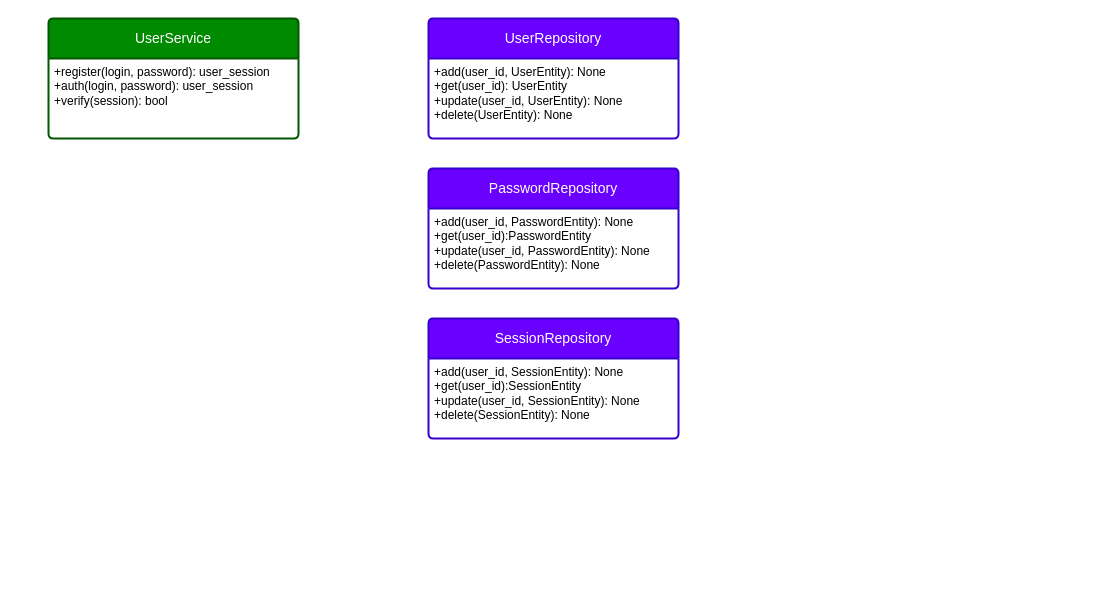
This is src/fullstack-fast-api/docs/interfaces.drawio from TimurRahimov/Kate-Connect, a draw.io file, before an edit. Source tidied: cells renumbered, new cells numbered last; positions are measured from the earlier drawing's top-left corner, leaving out a move shared by most shapes. Both pictures are drawn from the tidied source at 100%, with x=0, y=0 at pixel (48, 18).
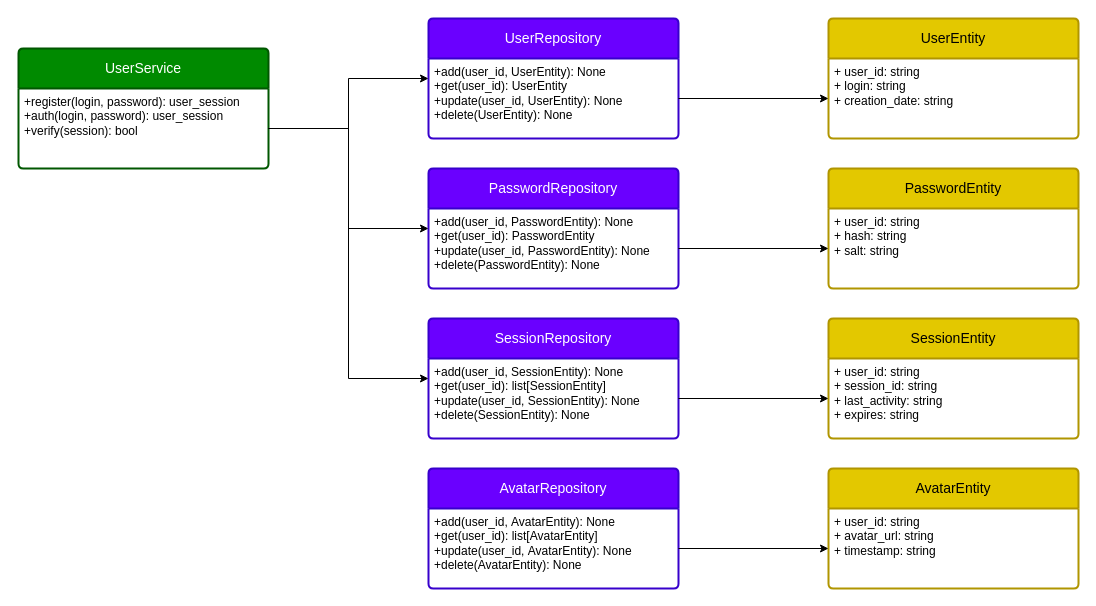
The same diagram, later.

Unchanged cells that the change refers to:
```xml
<mxCell id="3" value="+register(login, password): user_session&lt;br&gt;+auth(login, password): user_session&lt;br&gt;+verify(session): bool" style="align=left;strokeColor=none;fillColor=none;spacingLeft=4;fontSize=12;verticalAlign=top;html=1;" parent="2" vertex="1">
  <mxGeometry y="40" width="250" height="80" as="geometry" />
</mxCell>
<mxCell id="4" value="UserRepository" style="swimlane;horizontal=1;startSize=40;rounded=1;fontSize=14;fontStyle=0;strokeWidth=2;shadow=0;dashed=0;align=center;arcSize=4;whiteSpace=wrap;html=1;fillColor=#6a00ff;fontColor=#ffffff;strokeColor=#3700CC;" parent="1" vertex="1">
  <mxGeometry x="380" width="250" height="120" as="geometry" />
</mxCell>
<mxCell id="5" value="+add(user_id, UserEntity): None&lt;br&gt;+get(user_id): UserEntity&lt;br&gt;+update(user_id, UserEntity): None&lt;br&gt;+delete(UserEntity): None&lt;br&gt;" style="align=left;strokeColor=none;fillColor=none;spacingLeft=4;fontSize=12;verticalAlign=top;html=1;" parent="4" vertex="1">
  <mxGeometry y="40" width="250" height="80" as="geometry" />
</mxCell>
<mxCell id="6" value="PasswordRepository" style="swimlane;horizontal=1;startSize=40;rounded=1;fontSize=14;fontStyle=0;strokeWidth=2;shadow=0;dashed=0;align=center;arcSize=4;whiteSpace=wrap;html=1;fillColor=#6a00ff;fontColor=#ffffff;strokeColor=#3700CC;" parent="1" vertex="1">
  <mxGeometry x="380" y="150" width="250" height="120" as="geometry" />
</mxCell>
<mxCell id="8" value="SessionRepository" style="swimlane;horizontal=1;startSize=40;rounded=1;fontSize=14;fontStyle=0;strokeWidth=2;shadow=0;dashed=0;align=center;arcSize=4;whiteSpace=wrap;html=1;fillColor=#6a00ff;fontColor=#ffffff;strokeColor=#3700CC;" parent="1" vertex="1">
  <mxGeometry x="380" y="300" width="250" height="120" as="geometry" />
</mxCell>
```

The edit, as a diff of the source:
```diff
@@
     <mxCell id="2" value="UserService" style="swimlane;horizontal=1;startSize=40;rounded=1;fontSize=14;fontStyle=0;strokeWidth=2;shadow=0;dashed=0;align=center;arcSize=4;whiteSpace=wrap;html=1;fillColor=#008a00;fontColor=#ffffff;strokeColor=#005700;" parent="1" vertex="1">
-      <mxGeometry width="250" height="120" as="geometry" />
+      <mxGeometry x="-30" y="30" width="250" height="120" as="geometry" />
     </mxCell>
@@
-    <mxCell id="7" value="+add(user_id, PasswordEntity): None&lt;br&gt;+get(user_id):PasswordEntity&lt;br&gt;+update(user_id, PasswordEntity): None&lt;br&gt;+delete(PasswordEntity): None" style="align=left;strokeColor=none;fillColor=none;spacingLeft=4;fontSize=12;verticalAlign=top;html=1;" parent="6" vertex="1">
+    <mxCell id="7" value="+add(user_id, PasswordEntity): None&lt;br&gt;+get(user_id): PasswordEntity&lt;br&gt;+update(user_id, PasswordEntity): None&lt;br&gt;+delete(PasswordEntity): None" style="align=left;strokeColor=none;fillColor=none;spacingLeft=4;fontSize=12;verticalAlign=top;html=1;" parent="6" vertex="1">
       <mxGeometry y="40" width="250" height="80" as="geometry" />
     </mxCell>
@@
-    <mxCell id="9" value="+add(user_id,&amp;nbsp;SessionEntity): None&lt;br&gt;+get(user_id):SessionEntity&lt;br&gt;+update(user_id, SessionEntity): None&lt;br&gt;+delete(SessionEntity): None" style="align=left;strokeColor=none;fillColor=none;spacingLeft=4;fontSize=12;verticalAlign=top;html=1;" parent="8" vertex="1">
+    <mxCell id="9" value="+add(user_id,&amp;nbsp;SessionEntity): None&lt;br&gt;+get(user_id): list[SessionEntity]&lt;br&gt;+update(user_id, SessionEntity): None&lt;br&gt;+delete(SessionEntity): None" style="align=left;strokeColor=none;fillColor=none;spacingLeft=4;fontSize=12;verticalAlign=top;html=1;" parent="8" vertex="1">
       <mxGeometry y="40" width="250" height="80" as="geometry" />
     </mxCell>
+    <mxCell id="10" value="UserEntity" style="swimlane;horizontal=1;startSize=40;rounded=1;fontSize=14;fontStyle=0;strokeWidth=2;shadow=0;dashed=0;align=center;arcSize=4;whiteSpace=wrap;html=1;fillColor=#e3c800;fontColor=#000000;strokeColor=#B09500;" parent="1" vertex="1">
+      <mxGeometry x="780" width="250" height="120" as="geometry" />
+    </mxCell>
+    <mxCell id="11" value="+ user_id: string&lt;br&gt;+ login: string&lt;br&gt;+ creation_date: string" style="align=left;strokeColor=none;fillColor=none;spacingLeft=4;fontSize=12;verticalAlign=top;html=1;" parent="10" vertex="1">
+      <mxGeometry y="40" width="250" height="80" as="geometry" />
+    </mxCell>
+    <mxCell id="12" value="PasswordEntity" style="swimlane;horizontal=1;startSize=40;rounded=1;fontSize=14;fontStyle=0;strokeWidth=2;shadow=0;dashed=0;align=center;arcSize=4;whiteSpace=wrap;html=1;fillColor=#e3c800;fontColor=#000000;strokeColor=#B09500;" parent="1" vertex="1">
+      <mxGeometry x="780" y="150" width="250" height="120" as="geometry" />
+    </mxCell>
+    <mxCell id="13" value="+ user_id: string&lt;br&gt;+ hash: string&lt;br&gt;+ salt: string" style="align=left;strokeColor=none;fillColor=none;spacingLeft=4;fontSize=12;verticalAlign=top;html=1;" parent="12" vertex="1">
+      <mxGeometry y="40" width="250" height="80" as="geometry" />
+    </mxCell>
+    <mxCell id="14" style="edgeStyle=orthogonalEdgeStyle;rounded=0;jettySize=auto;html=1;" parent="1" edge="1" source="7" target="13">
+      <mxGeometry relative="1" as="geometry" />
+    </mxCell>
+    <mxCell id="15" style="edgeStyle=orthogonalEdgeStyle;rounded=0;jettySize=auto;html=1;" parent="1" edge="1" source="5" target="11">
+      <mxGeometry relative="1" as="geometry" />
+    </mxCell>
+    <mxCell id="16" value="AvatarRepository" style="swimlane;horizontal=1;startSize=40;rounded=1;fontSize=14;fontStyle=0;strokeWidth=2;shadow=0;dashed=0;align=center;arcSize=4;whiteSpace=wrap;html=1;fillColor=#6a00ff;fontColor=#ffffff;strokeColor=#3700CC;" parent="1" vertex="1">
+      <mxGeometry x="380" y="450" width="250" height="120" as="geometry" />
+    </mxCell>
+    <mxCell id="17" value="+add(user_id,&amp;nbsp;AvatarEntity): None&lt;br&gt;+get(user_id): list[AvatarEntity]&lt;br&gt;+update(user_id,&amp;nbsp;AvatarEntity): None&lt;br&gt;+delete(AvatarEntity): None" style="align=left;strokeColor=none;fillColor=none;spacingLeft=4;fontSize=12;verticalAlign=top;html=1;" parent="16" vertex="1">
+      <mxGeometry y="40" width="250" height="80" as="geometry" />
+    </mxCell>
+    <mxCell id="18" value="AvatarEntity" style="swimlane;horizontal=1;startSize=40;rounded=1;fontSize=14;fontStyle=0;strokeWidth=2;shadow=0;dashed=0;align=center;arcSize=4;whiteSpace=wrap;html=1;fillColor=#e3c800;fontColor=#000000;strokeColor=#B09500;" parent="1" vertex="1">
+      <mxGeometry x="780" y="450" width="250" height="120" as="geometry" />
+    </mxCell>
+    <mxCell id="19" value="+ user_id: string&lt;br&gt;+ avatar_url: string&lt;br&gt;+ timestamp: string" style="align=left;strokeColor=none;fillColor=none;spacingLeft=4;fontSize=12;verticalAlign=top;html=1;" parent="18" vertex="1">
+      <mxGeometry y="40" width="250" height="80" as="geometry" />
+    </mxCell>
+    <mxCell id="20" value="SessionEntity" style="swimlane;horizontal=1;startSize=40;rounded=1;fontSize=14;fontStyle=0;strokeWidth=2;shadow=0;dashed=0;align=center;arcSize=4;whiteSpace=wrap;html=1;fillColor=#e3c800;fontColor=#000000;strokeColor=#B09500;" parent="1" vertex="1">
+      <mxGeometry x="780" y="300" width="250" height="120" as="geometry" />
+    </mxCell>
+    <mxCell id="21" value="+ user_id: string&lt;br&gt;+ session_id: string&lt;br&gt;+ last_activity: string&lt;br&gt;+ expires: string" style="align=left;strokeColor=none;fillColor=none;spacingLeft=4;fontSize=12;verticalAlign=top;html=1;" parent="20" vertex="1">
+      <mxGeometry y="40" width="250" height="80" as="geometry" />
+    </mxCell>
+    <mxCell id="22" style="edgeStyle=orthogonalEdgeStyle;rounded=0;jettySize=auto;html=1;" parent="1" edge="1" source="9" target="21">
+      <mxGeometry relative="1" as="geometry" />
+    </mxCell>
+    <mxCell id="23" style="edgeStyle=orthogonalEdgeStyle;rounded=0;jettySize=auto;html=1;" parent="1" edge="1" source="17" target="19">
+      <mxGeometry relative="1" as="geometry" />
+    </mxCell>
+    <mxCell id="24" style="edgeStyle=orthogonalEdgeStyle;rounded=0;jettySize=auto;html=1;" parent="1" edge="1" source="3" target="4">
+      <mxGeometry relative="1" as="geometry" />
+    </mxCell>
+    <mxCell id="25" style="edgeStyle=orthogonalEdgeStyle;rounded=0;jettySize=auto;html=1;exitX=1;exitY=0.5;exitDx=0;exitDy=0;" parent="1" edge="1" source="3" target="6">
+      <mxGeometry relative="1" as="geometry" />
+    </mxCell>
+    <mxCell id="26" style="edgeStyle=orthogonalEdgeStyle;rounded=0;jettySize=auto;html=1;exitX=1;exitY=0.5;exitDx=0;exitDy=0;" parent="1" edge="1" source="3" target="8">
+      <mxGeometry relative="1" as="geometry">
+        <Array as="points">
+          <mxPoint x="300" y="110" />
+          <mxPoint x="300" y="360" />
+        </Array>
+      </mxGeometry>
+    </mxCell>
```
